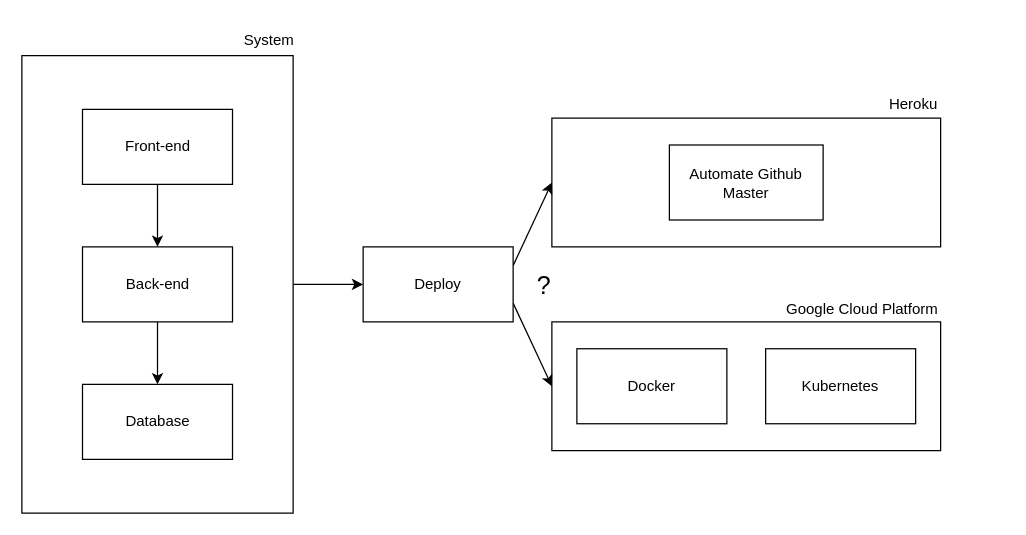
Above: documentation/architecture/system/system.drawio in pedroluiznogueira/vehicle-catalog (draw.io), before the change. Source tidied: cells renumbered, new cells numbered last; positions are measured from the earlier drawing's top-left corner, leaving out a move shared by most shapes. Both pictures are drawn from the tidied source at 125%, with x=0, y=0 at pixel (21, 21).
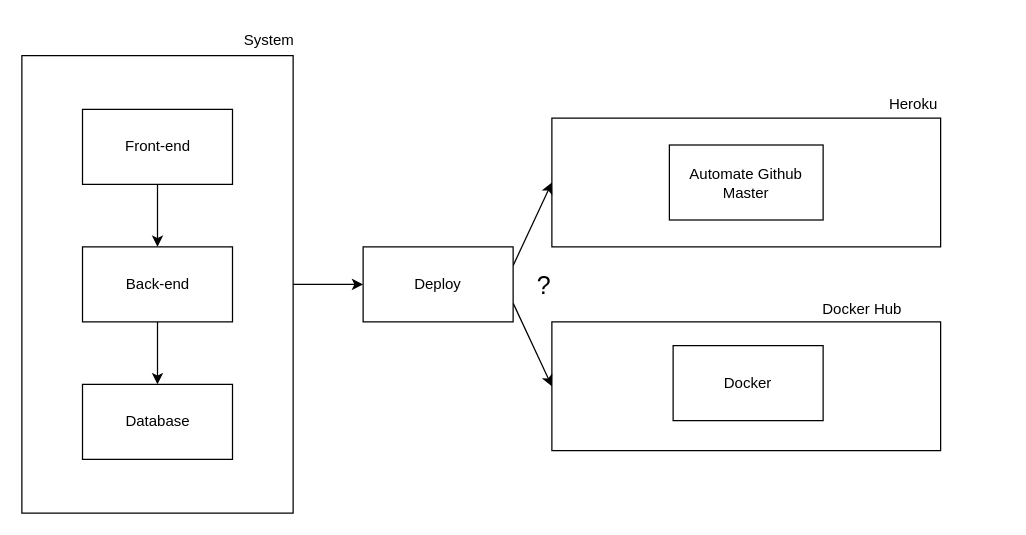
Above is the later version.

Change to the diagram source:
```diff
@@
     <mxCell id="15" value="Docker" style="rounded=0;whiteSpace=wrap;html=1;" parent="1" vertex="1">
-      <mxGeometry x="444" y="261.5" width="120" height="60" as="geometry" />
+      <mxGeometry x="521" y="259" width="120" height="60" as="geometry" />
     </mxCell>
-    <mxCell id="16" value="Kubernetes" style="rounded=0;whiteSpace=wrap;html=1;" parent="1" vertex="1">
-      <mxGeometry x="595" y="261.5" width="120" height="60" as="geometry" />
-    </mxCell>
-    <mxCell id="17" value="Google Cloud Platform" style="text;html=1;strokeColor=none;fillColor=none;align=center;verticalAlign=middle;whiteSpace=wrap;rounded=0;" parent="1" vertex="1">
+    <mxCell id="17" value="Docker Hub" style="text;html=1;strokeColor=none;fillColor=none;align=center;verticalAlign=middle;whiteSpace=wrap;rounded=0;" parent="1" vertex="1">
       <mxGeometry x="600" y="215" width="145" height="30" as="geometry" />
     </mxCell>
```
